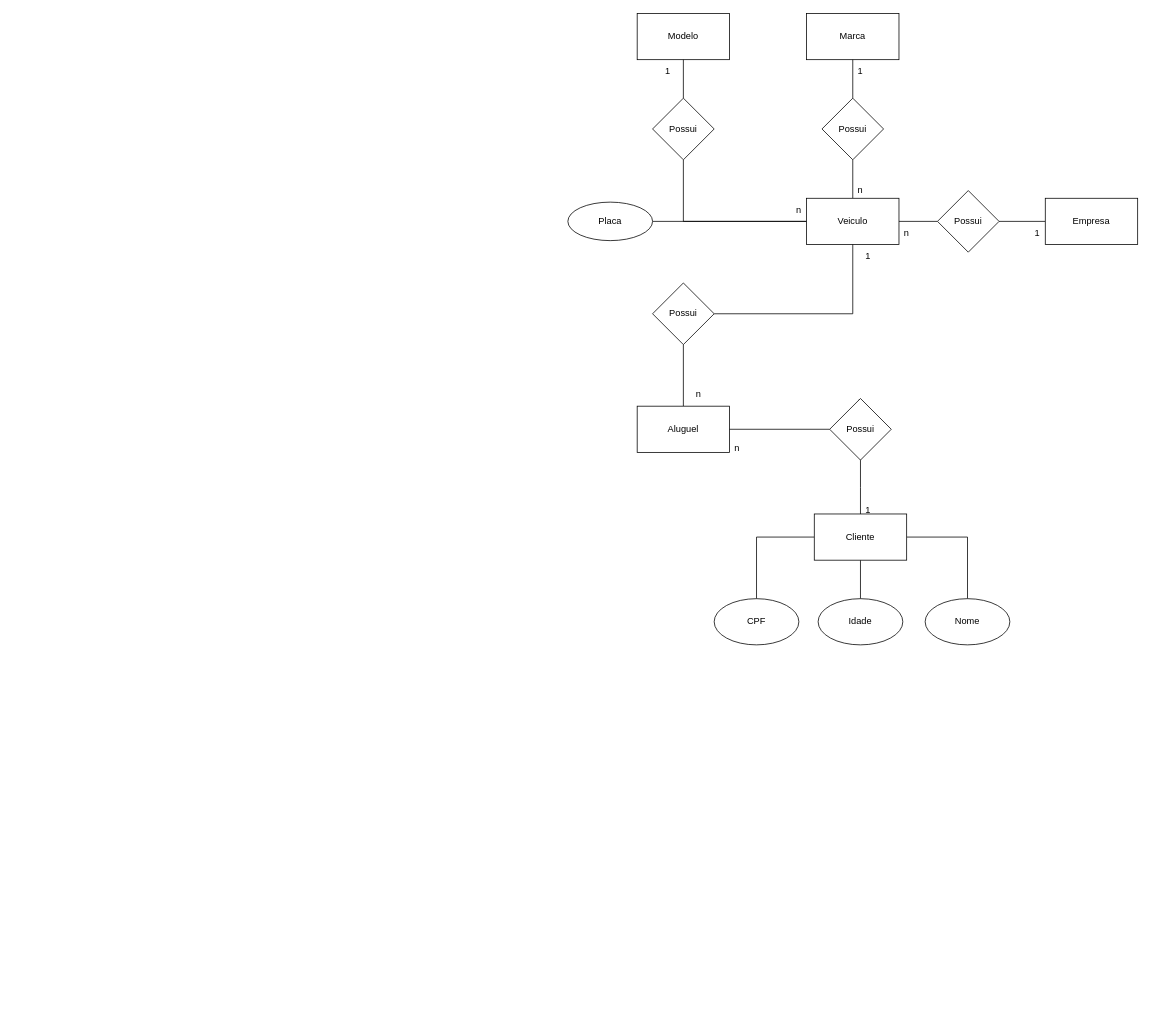
FernandinnnQ145/Segundo-Semestre-Senai keeps this draw.io diagram as page "Página-3" (3 of 7) of sprint-Banco-De-Dados/Exercicio 1.0-1.6/Exercicios 1.0-1.6.drawio. Above is the earlier version. Source tidied: cells renumbered, new cells numbered last; positions are measured from the earlier drawing's top-left corner, leaving out a move shared by most shapes. Both pictures are drawn from the tidied source at 77%, with x=0, y=0 at pixel (567, 13).
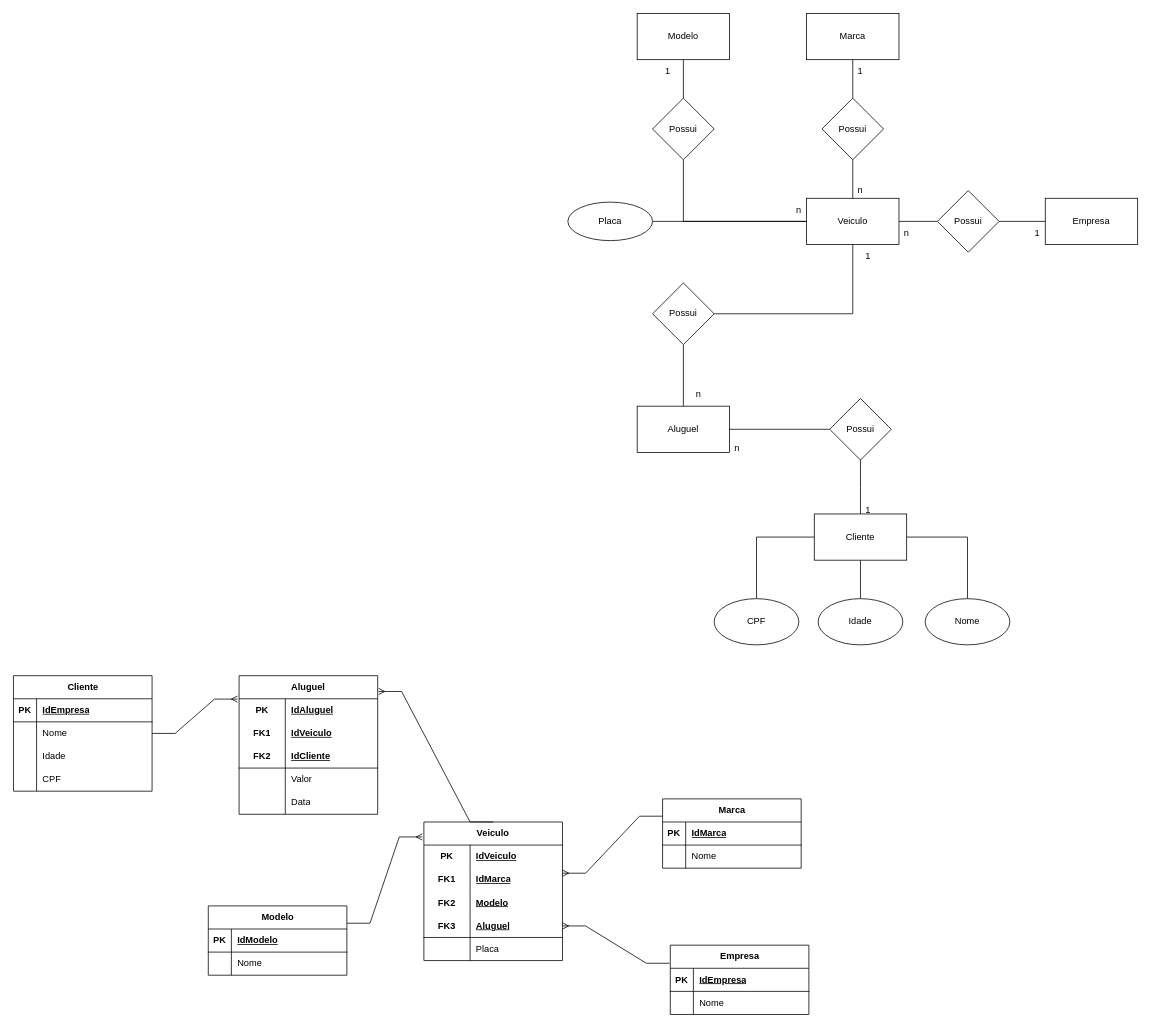
The same page after the edit.

What changed in the source:
```diff
@@
+    <mxCell id="42" value="Empresa" style="shape=table;startSize=30;childLayout=tableLayout;rowLines=0;fontStyle=1;align=center;html=1;" parent="1" vertex="1">
+      <mxGeometry x="133" y="1210" width="180" height="90" as="geometry" />
+    </mxCell>
+    <mxCell id="43" style="shape=tableRow;horizontal=0;startSize=0;swimlaneHead=0;swimlaneBody=0;fillColor=none;points=[[0,0.5],[1,0.5]];portConstraint=eastwest;top=0;left=0;right=0;bottom=1;" parent="42" vertex="1">
+      <mxGeometry y="30" width="180" height="30" as="geometry" />
+    </mxCell>
+    <mxCell id="44" value="PK" style="shape=partialRectangle;fillColor=none;top=0;left=0;bottom=0;right=0;fontStyle=1;overflow=hidden;whiteSpace=wrap;html=1;" parent="43" vertex="1">
+      <mxGeometry width="30" height="30" as="geometry" />
+    </mxCell>
+    <mxCell id="45" value="IdEmpresa" style="shape=partialRectangle;fillColor=none;top=0;left=0;bottom=0;right=0;align=left;spacingLeft=6;fontStyle=5;overflow=hidden;whiteSpace=wrap;html=1;" parent="43" vertex="1">
+      <mxGeometry x="30" width="150" height="30" as="geometry" />
+    </mxCell>
+    <mxCell id="46" style="shape=tableRow;horizontal=0;startSize=0;swimlaneHead=0;swimlaneBody=0;fillColor=none;top=0;left=0;right=0;bottom=0;" parent="42" vertex="1">
+      <mxGeometry y="60" width="180" height="30" as="geometry" />
+    </mxCell>
+    <mxCell id="47" style="shape=partialRectangle;fillColor=none;top=0;left=0;bottom=0;right=0;overflow=hidden;whiteSpace=wrap;html=1;" parent="46" vertex="1">
+      <mxGeometry width="30" height="30" as="geometry" />
+    </mxCell>
+    <mxCell id="48" value="Nome" style="shape=partialRectangle;fillColor=none;top=0;left=0;bottom=0;right=0;align=left;spacingLeft=6;overflow=hidden;whiteSpace=wrap;html=1;" parent="46" vertex="1">
+      <mxGeometry x="30" width="150" height="30" as="geometry" />
+    </mxCell>
+    <mxCell id="49" value="Veiculo" style="shape=table;startSize=30;childLayout=tableLayout;rowLines=0;fontStyle=1;align=center;html=1;whiteSpace=wrap;" parent="1" vertex="1">
+      <mxGeometry x="-187" y="1050" width="180" height="180" as="geometry" />
+    </mxCell>
+    <mxCell id="50" style="shape=tableRow;horizontal=0;startSize=0;swimlaneHead=0;swimlaneBody=0;fillColor=none;top=0;left=0;right=0;bottom=0;html=1;" parent="49" vertex="1">
+      <mxGeometry y="30" width="180" height="30" as="geometry" />
+    </mxCell>
+    <mxCell id="51" value="PK" style="shape=partialRectangle;fillColor=none;top=0;left=0;bottom=0;right=0;fontStyle=1;overflow=hidden;html=1;whiteSpace=wrap;" parent="50" vertex="1">
+      <mxGeometry width="60" height="30" as="geometry" />
+    </mxCell>
+    <mxCell id="52" value="IdVeiculo" style="shape=partialRectangle;fillColor=none;top=0;left=0;bottom=0;right=0;align=left;spacingLeft=6;fontStyle=5;overflow=hidden;html=1;whiteSpace=wrap;" parent="50" vertex="1">
+      <mxGeometry x="60" width="120" height="30" as="geometry" />
+    </mxCell>
+    <mxCell id="53" style="shape=tableRow;horizontal=0;startSize=0;swimlaneHead=0;swimlaneBody=0;fillColor=none;points=[[0,0.5],[1,0.5]];portConstraint=eastwest;top=0;left=0;right=0;bottom=0;html=1;" parent="49" vertex="1">
+      <mxGeometry y="60" width="180" height="30" as="geometry" />
+    </mxCell>
+    <mxCell id="54" value="FK1" style="shape=partialRectangle;fillColor=none;top=0;left=0;bottom=0;right=0;fontStyle=1;overflow=hidden;html=1;whiteSpace=wrap;" parent="53" vertex="1">
+      <mxGeometry width="60" height="30" as="geometry" />
+    </mxCell>
+    <mxCell id="55" value="IdMarca" style="shape=partialRectangle;fillColor=none;top=0;left=0;bottom=0;right=0;align=left;spacingLeft=6;fontStyle=5;overflow=hidden;html=1;whiteSpace=wrap;" parent="53" vertex="1">
+      <mxGeometry x="60" width="120" height="30" as="geometry" />
+    </mxCell>
+    <mxCell id="56" style="shape=tableRow;horizontal=0;startSize=0;swimlaneHead=0;swimlaneBody=0;fillColor=none;top=0;left=0;right=0;bottom=0;html=1;" parent="49" vertex="1">
+      <mxGeometry y="90" width="180" height="30" as="geometry" />
+    </mxCell>
+    <mxCell id="57" value="FK2" style="shape=partialRectangle;fillColor=none;top=0;left=0;bottom=0;right=0;fontStyle=1;overflow=hidden;html=1;whiteSpace=wrap;" parent="56" vertex="1">
+      <mxGeometry width="60" height="30" as="geometry" />
+    </mxCell>
+    <mxCell id="58" value="Modelo" style="shape=partialRectangle;fillColor=none;top=0;left=0;bottom=0;right=0;align=left;spacingLeft=6;fontStyle=5;overflow=hidden;html=1;whiteSpace=wrap;" parent="56" vertex="1">
+      <mxGeometry x="60" width="120" height="30" as="geometry" />
+    </mxCell>
+    <mxCell id="59" style="shape=tableRow;horizontal=0;startSize=0;swimlaneHead=0;swimlaneBody=0;fillColor=none;points=[[0,0.5],[1,0.5]];portConstraint=eastwest;top=0;left=0;right=0;bottom=1;html=1;" parent="49" vertex="1">
+      <mxGeometry y="120" width="180" height="30" as="geometry" />
+    </mxCell>
+    <mxCell id="60" value="FK3" style="shape=partialRectangle;fillColor=none;top=0;left=0;bottom=0;right=0;fontStyle=1;overflow=hidden;html=1;whiteSpace=wrap;" parent="59" vertex="1">
+      <mxGeometry width="60" height="30" as="geometry" />
+    </mxCell>
+    <mxCell id="61" value="Aluguel" style="shape=partialRectangle;fillColor=none;top=0;left=0;bottom=0;right=0;align=left;spacingLeft=6;fontStyle=5;overflow=hidden;html=1;whiteSpace=wrap;" parent="59" vertex="1">
+      <mxGeometry x="60" width="120" height="30" as="geometry" />
+    </mxCell>
+    <mxCell id="62" style="shape=tableRow;horizontal=0;startSize=0;swimlaneHead=0;swimlaneBody=0;fillColor=none;top=0;left=0;right=0;bottom=0;html=1;" parent="49" vertex="1">
+      <mxGeometry y="150" width="180" height="30" as="geometry" />
+    </mxCell>
+    <mxCell id="63" style="shape=partialRectangle;fillColor=none;top=0;left=0;bottom=0;right=0;overflow=hidden;html=1;whiteSpace=wrap;" parent="62" vertex="1">
+      <mxGeometry width="60" height="30" as="geometry" />
+    </mxCell>
+    <mxCell id="64" value="Placa" style="shape=partialRectangle;fillColor=none;top=0;left=0;bottom=0;right=0;align=left;spacingLeft=6;overflow=hidden;html=1;whiteSpace=wrap;" parent="62" vertex="1">
+      <mxGeometry x="60" width="120" height="30" as="geometry" />
+    </mxCell>
+    <mxCell id="65" value="Marca" style="shape=table;startSize=30;childLayout=tableLayout;rowLines=0;fontStyle=1;align=center;html=1;" parent="1" vertex="1">
+      <mxGeometry x="123" y="1020" width="180" height="90" as="geometry" />
+    </mxCell>
+    <mxCell id="66" style="shape=tableRow;horizontal=0;startSize=0;swimlaneHead=0;swimlaneBody=0;fillColor=none;top=0;left=0;right=0;bottom=1;" parent="65" vertex="1">
+      <mxGeometry y="30" width="180" height="30" as="geometry" />
+    </mxCell>
+    <mxCell id="67" value="PK" style="shape=partialRectangle;fillColor=none;top=0;left=0;bottom=0;right=0;fontStyle=1;overflow=hidden;whiteSpace=wrap;html=1;" parent="66" vertex="1">
+      <mxGeometry width="30" height="30" as="geometry" />
+    </mxCell>
+    <mxCell id="68" value="IdMarca" style="shape=partialRectangle;fillColor=none;top=0;left=0;bottom=0;right=0;align=left;spacingLeft=6;fontStyle=5;overflow=hidden;whiteSpace=wrap;html=1;" parent="66" vertex="1">
+      <mxGeometry x="30" width="150" height="30" as="geometry" />
+    </mxCell>
+    <mxCell id="69" style="shape=tableRow;horizontal=0;startSize=0;swimlaneHead=0;swimlaneBody=0;fillColor=none;top=0;left=0;right=0;bottom=0;" parent="65" vertex="1">
+      <mxGeometry y="60" width="180" height="30" as="geometry" />
+    </mxCell>
+    <mxCell id="70" style="shape=partialRectangle;fillColor=none;top=0;left=0;bottom=0;right=0;overflow=hidden;whiteSpace=wrap;html=1;" parent="69" vertex="1">
+      <mxGeometry width="30" height="30" as="geometry" />
+    </mxCell>
+    <mxCell id="71" value="Nome" style="shape=partialRectangle;fillColor=none;top=0;left=0;bottom=0;right=0;align=left;spacingLeft=6;overflow=hidden;whiteSpace=wrap;html=1;" parent="69" vertex="1">
+      <mxGeometry x="30" width="150" height="30" as="geometry" />
+    </mxCell>
+    <mxCell id="72" value="Modelo" style="shape=table;startSize=30;childLayout=tableLayout;rowLines=0;fontStyle=1;align=center;html=1;" parent="1" vertex="1">
+      <mxGeometry x="-467" y="1159" width="180" height="90" as="geometry" />
+    </mxCell>
+    <mxCell id="73" style="shape=tableRow;horizontal=0;startSize=0;swimlaneHead=0;swimlaneBody=0;fillColor=none;top=0;left=0;right=0;bottom=1;" parent="72" vertex="1">
+      <mxGeometry y="30" width="180" height="30" as="geometry" />
+    </mxCell>
+    <mxCell id="74" value="PK" style="shape=partialRectangle;fillColor=none;top=0;left=0;bottom=0;right=0;fontStyle=1;overflow=hidden;whiteSpace=wrap;html=1;" parent="73" vertex="1">
+      <mxGeometry width="30" height="30" as="geometry" />
+    </mxCell>
+    <mxCell id="75" value="IdModelo" style="shape=partialRectangle;fillColor=none;top=0;left=0;bottom=0;right=0;align=left;spacingLeft=6;fontStyle=5;overflow=hidden;whiteSpace=wrap;html=1;" parent="73" vertex="1">
+      <mxGeometry x="30" width="150" height="30" as="geometry" />
+    </mxCell>
+    <mxCell id="76" style="shape=tableRow;horizontal=0;startSize=0;swimlaneHead=0;swimlaneBody=0;fillColor=none;top=0;left=0;right=0;bottom=0;" parent="72" vertex="1">
+      <mxGeometry y="60" width="180" height="30" as="geometry" />
+    </mxCell>
+    <mxCell id="77" style="shape=partialRectangle;fillColor=none;top=0;left=0;bottom=0;right=0;overflow=hidden;whiteSpace=wrap;html=1;" parent="76" vertex="1">
+      <mxGeometry width="30" height="30" as="geometry" />
+    </mxCell>
+    <mxCell id="78" value="Nome" style="shape=partialRectangle;fillColor=none;top=0;left=0;bottom=0;right=0;align=left;spacingLeft=6;overflow=hidden;whiteSpace=wrap;html=1;" parent="76" vertex="1">
+      <mxGeometry x="30" width="150" height="30" as="geometry" />
+    </mxCell>
+    <mxCell id="79" value="Cliente" style="shape=table;startSize=30;childLayout=tableLayout;rowLines=0;fontStyle=1;align=center;html=1;" parent="1" vertex="1">
+      <mxGeometry x="-720" y="860" width="180" height="150" as="geometry" />
+    </mxCell>
+    <mxCell id="80" style="shape=tableRow;horizontal=0;startSize=0;swimlaneHead=0;swimlaneBody=0;fillColor=none;top=0;left=0;right=0;bottom=1;" parent="79" vertex="1">
+      <mxGeometry y="30" width="180" height="30" as="geometry" />
+    </mxCell>
+    <mxCell id="81" value="PK" style="shape=partialRectangle;fillColor=none;top=0;left=0;bottom=0;right=0;fontStyle=1;overflow=hidden;whiteSpace=wrap;html=1;" parent="80" vertex="1">
+      <mxGeometry width="30" height="30" as="geometry" />
+    </mxCell>
+    <mxCell id="82" value="IdEmpresa" style="shape=partialRectangle;fillColor=none;top=0;left=0;bottom=0;right=0;align=left;spacingLeft=6;fontStyle=5;overflow=hidden;whiteSpace=wrap;html=1;" parent="80" vertex="1">
+      <mxGeometry x="30" width="150" height="30" as="geometry" />
+    </mxCell>
+    <mxCell id="83" style="shape=tableRow;horizontal=0;startSize=0;swimlaneHead=0;swimlaneBody=0;fillColor=none;points=[[0,0.5],[1,0.5]];portConstraint=eastwest;top=0;left=0;right=0;bottom=0;" parent="79" vertex="1">
+      <mxGeometry y="60" width="180" height="30" as="geometry" />
+    </mxCell>
+    <mxCell id="84" style="shape=partialRectangle;fillColor=none;top=0;left=0;bottom=0;right=0;overflow=hidden;whiteSpace=wrap;html=1;" parent="83" vertex="1">
+      <mxGeometry width="30" height="30" as="geometry" />
+    </mxCell>
+    <mxCell id="85" value="Nome" style="shape=partialRectangle;fillColor=none;top=0;left=0;bottom=0;right=0;align=left;spacingLeft=6;overflow=hidden;whiteSpace=wrap;html=1;" parent="83" vertex="1">
+      <mxGeometry x="30" width="150" height="30" as="geometry" />
+    </mxCell>
+    <mxCell id="86" style="shape=tableRow;horizontal=0;startSize=0;swimlaneHead=0;swimlaneBody=0;fillColor=none;top=0;left=0;right=0;bottom=0;" parent="79" vertex="1">
+      <mxGeometry y="90" width="180" height="30" as="geometry" />
+    </mxCell>
+    <mxCell id="87" style="shape=partialRectangle;fillColor=none;top=0;left=0;bottom=0;right=0;overflow=hidden;whiteSpace=wrap;html=1;" parent="86" vertex="1">
+      <mxGeometry width="30" height="30" as="geometry" />
+    </mxCell>
+    <mxCell id="88" value="Idade" style="shape=partialRectangle;fillColor=none;top=0;left=0;bottom=0;right=0;align=left;spacingLeft=6;overflow=hidden;whiteSpace=wrap;html=1;" parent="86" vertex="1">
+      <mxGeometry x="30" width="150" height="30" as="geometry" />
+    </mxCell>
+    <mxCell id="89" style="shape=tableRow;horizontal=0;startSize=0;swimlaneHead=0;swimlaneBody=0;fillColor=none;top=0;left=0;right=0;bottom=0;" parent="79" vertex="1">
+      <mxGeometry y="120" width="180" height="30" as="geometry" />
+    </mxCell>
+    <mxCell id="90" style="shape=partialRectangle;fillColor=none;top=0;left=0;bottom=0;right=0;overflow=hidden;whiteSpace=wrap;html=1;" parent="89" vertex="1">
+      <mxGeometry width="30" height="30" as="geometry" />
+    </mxCell>
+    <mxCell id="91" value="CPF" style="shape=partialRectangle;fillColor=none;top=0;left=0;bottom=0;right=0;align=left;spacingLeft=6;overflow=hidden;whiteSpace=wrap;html=1;" parent="89" vertex="1">
+      <mxGeometry x="30" width="150" height="30" as="geometry" />
+    </mxCell>
+    <mxCell id="92" style="edgeStyle=entityRelationEdgeStyle;fontSize=12;html=1;endArrow=ERmany;rounded=0;entryX=1;entryY=0.217;entryDx=0;entryDy=0;entryPerimeter=0;exitX=0;exitY=0.25;exitDx=0;exitDy=0;" parent="1" edge="1" source="65" target="53">
+      <mxGeometry relative="1" as="geometry">
+        <Array as="points">
+          <mxPoint x="63" y="1050" />
+        </Array>
+      </mxGeometry>
+    </mxCell>
+    <mxCell id="93" style="edgeStyle=entityRelationEdgeStyle;fontSize=12;html=1;endArrow=ERmany;rounded=0;entryX=-0.011;entryY=0.108;entryDx=0;entryDy=0;entryPerimeter=0;exitX=1;exitY=0.25;exitDx=0;exitDy=0;" parent="1" edge="1" source="72" target="49">
+      <mxGeometry relative="1" as="geometry" />
+    </mxCell>
+    <mxCell id="94" value="Aluguel" style="shape=table;startSize=30;childLayout=tableLayout;rowLines=0;fontStyle=1;align=center;html=1;whiteSpace=wrap;" parent="1" vertex="1">
+      <mxGeometry x="-427" y="860" width="180" height="180" as="geometry" />
+    </mxCell>
+    <mxCell id="95" style="shape=tableRow;horizontal=0;startSize=0;swimlaneHead=0;swimlaneBody=0;fillColor=none;top=0;left=0;right=0;bottom=0;html=1;" parent="94" vertex="1">
+      <mxGeometry y="30" width="180" height="30" as="geometry" />
+    </mxCell>
+    <mxCell id="96" value="PK" style="shape=partialRectangle;fillColor=none;top=0;left=0;bottom=0;right=0;fontStyle=1;overflow=hidden;html=1;whiteSpace=wrap;" parent="95" vertex="1">
+      <mxGeometry width="60" height="30" as="geometry" />
+    </mxCell>
+    <mxCell id="97" value="IdAluguel" style="shape=partialRectangle;fillColor=none;top=0;left=0;bottom=0;right=0;align=left;spacingLeft=6;fontStyle=5;overflow=hidden;html=1;whiteSpace=wrap;" parent="95" vertex="1">
+      <mxGeometry x="60" width="120" height="30" as="geometry" />
+    </mxCell>
+    <mxCell id="98" style="shape=tableRow;horizontal=0;startSize=0;swimlaneHead=0;swimlaneBody=0;fillColor=none;top=0;left=0;right=0;bottom=0;html=1;" parent="94" vertex="1">
+      <mxGeometry y="60" width="180" height="30" as="geometry" />
+    </mxCell>
+    <mxCell id="99" value="FK1" style="shape=partialRectangle;fillColor=none;top=0;left=0;bottom=0;right=0;fontStyle=1;overflow=hidden;html=1;whiteSpace=wrap;" parent="98" vertex="1">
+      <mxGeometry width="60" height="30" as="geometry" />
+    </mxCell>
+    <mxCell id="100" value="IdVeiculo" style="shape=partialRectangle;fillColor=none;top=0;left=0;bottom=0;right=0;align=left;spacingLeft=6;fontStyle=5;overflow=hidden;html=1;whiteSpace=wrap;" parent="98" vertex="1">
+      <mxGeometry x="60" width="120" height="30" as="geometry" />
+    </mxCell>
+    <mxCell id="101" style="shape=tableRow;horizontal=0;startSize=0;swimlaneHead=0;swimlaneBody=0;fillColor=none;top=0;left=0;right=0;bottom=1;html=1;" parent="94" vertex="1">
+      <mxGeometry y="90" width="180" height="30" as="geometry" />
+    </mxCell>
+    <mxCell id="102" value="FK2" style="shape=partialRectangle;fillColor=none;top=0;left=0;bottom=0;right=0;fontStyle=1;overflow=hidden;html=1;whiteSpace=wrap;" parent="101" vertex="1">
+      <mxGeometry width="60" height="30" as="geometry" />
+    </mxCell>
+    <mxCell id="103" value="IdCliente" style="shape=partialRectangle;fillColor=none;top=0;left=0;bottom=0;right=0;align=left;spacingLeft=6;fontStyle=5;overflow=hidden;html=1;whiteSpace=wrap;" parent="101" vertex="1">
+      <mxGeometry x="60" width="120" height="30" as="geometry" />
+    </mxCell>
+    <mxCell id="104" style="shape=tableRow;horizontal=0;startSize=0;swimlaneHead=0;swimlaneBody=0;fillColor=none;top=0;left=0;right=0;bottom=0;html=1;" parent="94" vertex="1">
+      <mxGeometry y="120" width="180" height="30" as="geometry" />
+    </mxCell>
+    <mxCell id="105" style="shape=partialRectangle;fillColor=none;top=0;left=0;bottom=0;right=0;overflow=hidden;html=1;whiteSpace=wrap;" parent="104" vertex="1">
+      <mxGeometry width="60" height="30" as="geometry" />
+    </mxCell>
+    <mxCell id="106" value="Valor" style="shape=partialRectangle;fillColor=none;top=0;left=0;bottom=0;right=0;align=left;spacingLeft=6;overflow=hidden;html=1;whiteSpace=wrap;" parent="104" vertex="1">
+      <mxGeometry x="60" width="120" height="30" as="geometry" />
+    </mxCell>
+    <mxCell id="107" style="shape=tableRow;horizontal=0;startSize=0;swimlaneHead=0;swimlaneBody=0;fillColor=none;top=0;left=0;right=0;bottom=0;html=1;" parent="94" vertex="1">
+      <mxGeometry y="150" width="180" height="30" as="geometry" />
+    </mxCell>
+    <mxCell id="108" style="shape=partialRectangle;fillColor=none;top=0;left=0;bottom=0;right=0;overflow=hidden;html=1;whiteSpace=wrap;" parent="107" vertex="1">
+      <mxGeometry width="60" height="30" as="geometry" />
+    </mxCell>
+    <mxCell id="109" value="Data" style="shape=partialRectangle;fillColor=none;top=0;left=0;bottom=0;right=0;align=left;spacingLeft=6;overflow=hidden;html=1;whiteSpace=wrap;" parent="107" vertex="1">
+      <mxGeometry x="60" width="120" height="30" as="geometry" />
+    </mxCell>
+    <mxCell id="110" style="edgeStyle=entityRelationEdgeStyle;fontSize=12;html=1;endArrow=ERmany;rounded=0;entryX=1;entryY=0.5;entryDx=0;entryDy=0;exitX=-0.006;exitY=-0.217;exitDx=0;exitDy=0;exitPerimeter=0;" parent="1" edge="1" source="43" target="59">
+      <mxGeometry relative="1" as="geometry" />
+    </mxCell>
+    <mxCell id="111" style="edgeStyle=entityRelationEdgeStyle;fontSize=12;html=1;endArrow=ERmany;rounded=0;entryX=1.006;entryY=0.114;entryDx=0;entryDy=0;entryPerimeter=0;exitX=0.5;exitY=0;exitDx=0;exitDy=0;" parent="1" edge="1" source="49" target="94">
+      <mxGeometry relative="1" as="geometry" />
+    </mxCell>
+    <mxCell id="112" style="edgeStyle=entityRelationEdgeStyle;fontSize=12;html=1;endArrow=ERmany;rounded=0;entryX=-0.011;entryY=0.169;entryDx=0;entryDy=0;entryPerimeter=0;exitX=1;exitY=0.5;exitDx=0;exitDy=0;" parent="1" edge="1" source="83" target="94">
+      <mxGeometry relative="1" as="geometry" />
+    </mxCell>
```
